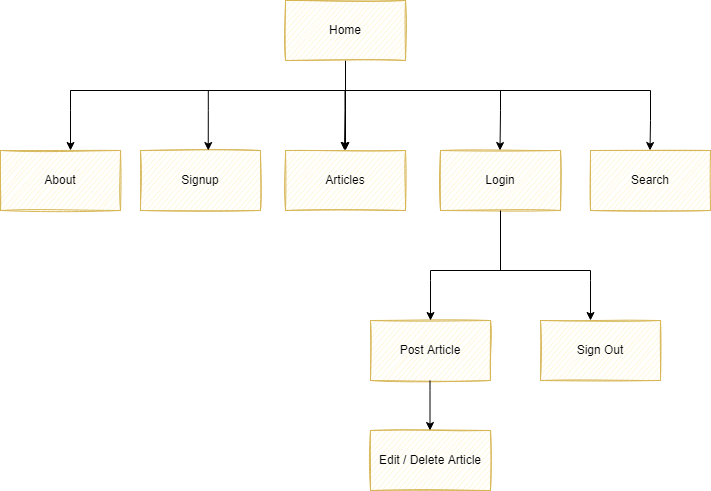
sherryrich/heard-it keeps this draw.io diagram as docs/navigation.drawio.png. Above is the earlier version. Source tidied: cells renumbered, new cells last; positions are measured from the earlier drawing's top-left corner, leaving out a move shared by most shapes. The source it was exported from:
```xml
<mxGraphModel>
  <root>
    <mxCell id="0" />
    <mxCell id="1" parent="0" />
    <mxCell id="2" value="Login" style="rounded=0;whiteSpace=wrap;html=1;fillColor=#fff2cc;strokeColor=#d6b656;fillStyle=auto;sketch=1;" parent="1" vertex="1">
      <mxGeometry x="440" y="150" width="120" height="60" as="geometry" />
    </mxCell>
    <mxCell id="3" value="About" style="rounded=0;whiteSpace=wrap;html=1;fillColor=#fff2cc;strokeColor=#d6b656;fillStyle=auto;sketch=1;" parent="1" vertex="1">
      <mxGeometry y="150" width="120" height="60" as="geometry" />
    </mxCell>
    <mxCell id="4" value="Signup" style="rounded=0;whiteSpace=wrap;html=1;fillColor=#fff2cc;strokeColor=#d6b656;fillStyle=auto;sketch=1;" parent="1" vertex="1">
      <mxGeometry x="140" y="150" width="120" height="60" as="geometry" />
    </mxCell>
    <mxCell id="5" style="edgeStyle=orthogonalEdgeStyle;rounded=0;jettySize=auto;html=1;" parent="1" edge="1" source="6" target="14">
      <mxGeometry relative="1" as="geometry" />
    </mxCell>
    <mxCell id="6" value="Home" style="rounded=0;whiteSpace=wrap;html=1;fillColor=#fff2cc;strokeColor=#d6b656;fillStyle=auto;sketch=1;" parent="1" vertex="1">
      <mxGeometry x="285" width="120" height="60" as="geometry" />
    </mxCell>
    <mxCell id="7" style="edgeStyle=orthogonalEdgeStyle;rounded=0;orthogonalLoop=1;jettySize=auto;html=1;" parent="1" edge="1">
      <mxGeometry relative="1" as="geometry">
        <mxPoint x="500" y="90" as="sourcePoint" />
        <mxPoint x="499.5" y="150" as="targetPoint" />
        <Array as="points">
          <mxPoint x="499.5" y="110" />
          <mxPoint x="499.5" y="110" />
        </Array>
      </mxGeometry>
    </mxCell>
    <mxCell id="8" style="endArrow=none;html=1;rounded=0;" parent="1" edge="1">
      <mxGeometry relative="1" as="geometry">
        <mxPoint x="345" y="90" as="sourcePoint" />
        <mxPoint x="650" y="90" as="targetPoint" />
      </mxGeometry>
    </mxCell>
    <mxCell id="9" style="endArrow=none;html=1;rounded=0;" parent="1" edge="1">
      <mxGeometry relative="1" as="geometry">
        <mxPoint x="70" y="90" as="sourcePoint" />
        <mxPoint x="365" y="90" as="targetPoint" />
      </mxGeometry>
    </mxCell>
    <mxCell id="10" style="edgeStyle=orthogonalEdgeStyle;rounded=0;orthogonalLoop=1;jettySize=auto;html=1;" parent="1" edge="1">
      <mxGeometry relative="1" as="geometry">
        <mxPoint x="74.5" y="90" as="sourcePoint" />
        <mxPoint x="70" y="150" as="targetPoint" />
        <Array as="points">
          <mxPoint x="70" y="110" />
          <mxPoint x="70" y="110" />
        </Array>
      </mxGeometry>
    </mxCell>
    <mxCell id="11" value="Search" style="rounded=0;whiteSpace=wrap;html=1;fillColor=#fff2cc;strokeColor=#d6b656;fillStyle=auto;sketch=1;" parent="1" vertex="1">
      <mxGeometry x="590" y="150" width="120" height="60" as="geometry" />
    </mxCell>
    <mxCell id="12" style="edgeStyle=orthogonalEdgeStyle;rounded=0;orthogonalLoop=1;jettySize=auto;html=1;" parent="1" edge="1">
      <mxGeometry relative="1" as="geometry">
        <mxPoint x="212.2" y="90" as="sourcePoint" />
        <mxPoint x="207.8" y="150" as="targetPoint" />
        <Array as="points">
          <mxPoint x="207.8" y="110" />
          <mxPoint x="207.8" y="110" />
        </Array>
      </mxGeometry>
    </mxCell>
    <mxCell id="13" style="edgeStyle=orthogonalEdgeStyle;rounded=0;orthogonalLoop=1;jettySize=auto;html=1;" parent="1" edge="1">
      <mxGeometry relative="1" as="geometry">
        <mxPoint x="650" y="90" as="sourcePoint" />
        <mxPoint x="649.5" y="150" as="targetPoint" />
        <Array as="points">
          <mxPoint x="650" y="120" />
          <mxPoint x="650" y="120" />
        </Array>
      </mxGeometry>
    </mxCell>
    <mxCell id="14" value="Articles" style="rounded=0;whiteSpace=wrap;html=1;fillColor=#fff2cc;strokeColor=#d6b656;fillStyle=auto;sketch=1;" parent="1" vertex="1">
      <mxGeometry x="285" y="150" width="120" height="60" as="geometry" />
    </mxCell>
    <mxCell id="15" style="edgeStyle=orthogonalEdgeStyle;rounded=0;orthogonalLoop=1;jettySize=auto;html=1;" parent="1" edge="1">
      <mxGeometry relative="1" as="geometry">
        <mxPoint x="344.5" y="90" as="sourcePoint" />
        <mxPoint x="344" y="150" as="targetPoint" />
        <Array as="points">
          <mxPoint x="344" y="110" />
          <mxPoint x="344" y="110" />
        </Array>
      </mxGeometry>
    </mxCell>
    <mxCell id="16" value="Sign Out" style="rounded=0;whiteSpace=wrap;html=1;fillColor=#fff2cc;strokeColor=#d6b656;fillStyle=auto;sketch=1;" parent="1" vertex="1">
      <mxGeometry x="540" y="320" width="120" height="60" as="geometry" />
    </mxCell>
    <mxCell id="17" style="endArrow=none;html=1;rounded=0;" parent="1" edge="1">
      <mxGeometry relative="1" as="geometry">
        <mxPoint x="500" y="270" as="sourcePoint" />
        <mxPoint x="500" y="210" as="targetPoint" />
      </mxGeometry>
    </mxCell>
    <mxCell id="18" style="edgeStyle=orthogonalEdgeStyle;rounded=0;orthogonalLoop=1;jettySize=auto;html=1;" parent="1" edge="1">
      <mxGeometry relative="1" as="geometry">
        <mxPoint x="590" y="270" as="sourcePoint" />
        <mxPoint x="590" y="320" as="targetPoint" />
        <Array as="points">
          <mxPoint x="590" y="280" />
          <mxPoint x="590" y="280" />
        </Array>
      </mxGeometry>
    </mxCell>
    <mxCell id="19" style="endArrow=none;html=1;rounded=0;" parent="1" edge="1">
      <mxGeometry relative="1" as="geometry">
        <mxPoint x="500" y="270" as="sourcePoint" />
        <mxPoint x="590" y="270" as="targetPoint" />
      </mxGeometry>
    </mxCell>
    <mxCell id="20" value="Post Article" style="rounded=0;whiteSpace=wrap;html=1;fillColor=#fff2cc;strokeColor=#d6b656;fillStyle=auto;sketch=1;" parent="1" vertex="1">
      <mxGeometry x="370" y="320" width="120" height="60" as="geometry" />
    </mxCell>
    <mxCell id="21" style="endArrow=none;html=1;rounded=0;" parent="1" edge="1">
      <mxGeometry relative="1" as="geometry">
        <mxPoint x="430" y="270" as="sourcePoint" />
        <mxPoint x="520" y="270" as="targetPoint" />
      </mxGeometry>
    </mxCell>
    <mxCell id="22" style="edgeStyle=orthogonalEdgeStyle;rounded=0;orthogonalLoop=1;jettySize=auto;html=1;" parent="1" edge="1">
      <mxGeometry relative="1" as="geometry">
        <mxPoint x="430" y="270" as="sourcePoint" />
        <mxPoint x="430" y="320" as="targetPoint" />
        <Array as="points">
          <mxPoint x="430" y="280" />
          <mxPoint x="430" y="280" />
        </Array>
      </mxGeometry>
    </mxCell>
    <mxCell id="23" value="Edit / Delete Article" style="rounded=0;whiteSpace=wrap;html=1;fillColor=#fff2cc;strokeColor=#d6b656;fillStyle=auto;sketch=1;" parent="1" vertex="1">
      <mxGeometry x="370" y="430" width="120" height="60" as="geometry" />
    </mxCell>
    <mxCell id="24" style="edgeStyle=orthogonalEdgeStyle;rounded=0;orthogonalLoop=1;jettySize=auto;html=1;" parent="1" edge="1">
      <mxGeometry relative="1" as="geometry">
        <mxPoint x="429.5" y="380" as="sourcePoint" />
        <mxPoint x="429.5" y="430" as="targetPoint" />
        <Array as="points">
          <mxPoint x="429.5" y="390" />
          <mxPoint x="429.5" y="390" />
        </Array>
      </mxGeometry>
    </mxCell>
  </root>
</mxGraphModel>
```
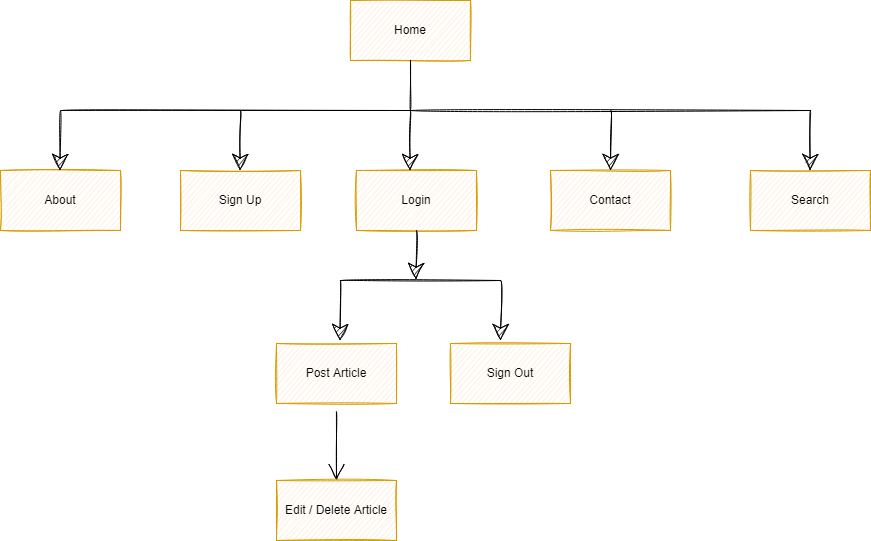
After the commit.

Commit message:
updated navigation diagram to include contact page and included future features in project user stories

The edit, as a diff of the source:
```diff
@@ -2,145 +2,107 @@
   <root>
     <mxCell id="0" />
     <mxCell id="1" parent="0" />
+    <mxCell id="6" value="Home" style="rounded=0;whiteSpace=wrap;html=1;sketch=1;fillColor=#ffe6cc;strokeColor=#d79b00;" parent="1" vertex="1">
+      <mxGeometry x="380" y="930" width="120" height="60" as="geometry" />
+    </mxCell>
+    <mxCell id="3" value="About" style="rounded=0;whiteSpace=wrap;html=1;sketch=1;fillColor=#ffe6cc;strokeColor=#d79b00;" parent="1" vertex="1">
+      <mxGeometry x="30" y="1100" width="120" height="60" as="geometry" />
+    </mxCell>
+    <mxCell id="25" value="Sign Up" style="rounded=0;whiteSpace=wrap;html=1;sketch=1;fillColor=#ffe6cc;strokeColor=#d79b00;" parent="1" vertex="1">
+      <mxGeometry x="210" y="1100" width="120" height="60" as="geometry" />
+    </mxCell>
-    <mxCell id="2" value="Login" style="rounded=0;whiteSpace=wrap;html=1;fillColor=#fff2cc;strokeColor=#d6b656;fillStyle=auto;sketch=1;" parent="1" vertex="1">
-      <mxGeometry x="440" y="150" width="120" height="60" as="geometry" />
+    <mxCell id="2" value="Login" style="rounded=0;whiteSpace=wrap;html=1;sketch=1;fillColor=#ffe6cc;strokeColor=#d79b00;" parent="1" vertex="1">
+      <mxGeometry x="386" y="1100" width="120" height="60" as="geometry" />
     </mxCell>
-    <mxCell id="3" value="About" style="rounded=0;whiteSpace=wrap;html=1;fillColor=#fff2cc;strokeColor=#d6b656;fillStyle=auto;sketch=1;" parent="1" vertex="1">
-      <mxGeometry y="150" width="120" height="60" as="geometry" />
-    </mxCell>
-    <mxCell id="4" value="Signup" style="rounded=0;whiteSpace=wrap;html=1;fillColor=#fff2cc;strokeColor=#d6b656;fillStyle=auto;sketch=1;" parent="1" vertex="1">
-      <mxGeometry x="140" y="150" width="120" height="60" as="geometry" />
-    </mxCell>
-    <mxCell id="5" style="edgeStyle=orthogonalEdgeStyle;rounded=0;jettySize=auto;html=1;" parent="1" edge="1" source="6" target="14">
-      <mxGeometry relative="1" as="geometry" />
-    </mxCell>
-    <mxCell id="6" value="Home" style="rounded=0;whiteSpace=wrap;html=1;fillColor=#fff2cc;strokeColor=#d6b656;fillStyle=auto;sketch=1;" parent="1" vertex="1">
-      <mxGeometry x="285" width="120" height="60" as="geometry" />
-    </mxCell>
-    <mxCell id="7" style="edgeStyle=orthogonalEdgeStyle;rounded=0;orthogonalLoop=1;jettySize=auto;html=1;" parent="1" edge="1">
-      <mxGeometry relative="1" as="geometry">
-        <mxPoint x="500" y="90" as="sourcePoint" />
-        <mxPoint x="499.5" y="150" as="targetPoint" />
-        <Array as="points">
-          <mxPoint x="499.5" y="110" />
-          <mxPoint x="499.5" y="110" />
-        </Array>
-      </mxGeometry>
-    </mxCell>
-    <mxCell id="8" style="endArrow=none;html=1;rounded=0;" parent="1" edge="1">
-      <mxGeometry relative="1" as="geometry">
-        <mxPoint x="345" y="90" as="sourcePoint" />
-        <mxPoint x="650" y="90" as="targetPoint" />
-      </mxGeometry>
-    </mxCell>
-    <mxCell id="9" style="endArrow=none;html=1;rounded=0;" parent="1" edge="1">
-      <mxGeometry relative="1" as="geometry">
-        <mxPoint x="70" y="90" as="sourcePoint" />
-        <mxPoint x="365" y="90" as="targetPoint" />
-      </mxGeometry>
-    </mxCell>
-    <mxCell id="10" style="edgeStyle=orthogonalEdgeStyle;rounded=0;orthogonalLoop=1;jettySize=auto;html=1;" parent="1" edge="1">
-      <mxGeometry relative="1" as="geometry">
-        <mxPoint x="74.5" y="90" as="sourcePoint" />
-        <mxPoint x="70" y="150" as="targetPoint" />
-        <Array as="points">
-          <mxPoint x="70" y="110" />
-          <mxPoint x="70" y="110" />
-        </Array>
-      </mxGeometry>
-    </mxCell>
+    <mxCell id="26" value="Contact" style="rounded=0;whiteSpace=wrap;html=1;sketch=1;fillColor=#ffe6cc;strokeColor=#d79b00;" parent="1" vertex="1">
+      <mxGeometry x="580" y="1100" width="120" height="60" as="geometry" />
+    </mxCell>
-    <mxCell id="11" value="Search" style="rounded=0;whiteSpace=wrap;html=1;fillColor=#fff2cc;strokeColor=#d6b656;fillStyle=auto;sketch=1;" parent="1" vertex="1">
-      <mxGeometry x="590" y="150" width="120" height="60" as="geometry" />
+    <mxCell id="11" value="Search" style="rounded=0;whiteSpace=wrap;html=1;sketch=1;fillColor=#ffe6cc;strokeColor=#d79b00;" parent="1" vertex="1">
+      <mxGeometry x="780" y="1100" width="120" height="60" as="geometry" />
     </mxCell>
-    <mxCell id="12" style="edgeStyle=orthogonalEdgeStyle;rounded=0;orthogonalLoop=1;jettySize=auto;html=1;" parent="1" edge="1">
-      <mxGeometry relative="1" as="geometry">
-        <mxPoint x="212.2" y="90" as="sourcePoint" />
-        <mxPoint x="207.8" y="150" as="targetPoint" />
-        <Array as="points">
-          <mxPoint x="207.8" y="110" />
-          <mxPoint x="207.8" y="110" />
-        </Array>
-      </mxGeometry>
-    </mxCell>
-    <mxCell id="13" style="edgeStyle=orthogonalEdgeStyle;rounded=0;orthogonalLoop=1;jettySize=auto;html=1;" parent="1" edge="1">
-      <mxGeometry relative="1" as="geometry">
-        <mxPoint x="650" y="90" as="sourcePoint" />
-        <mxPoint x="649.5" y="150" as="targetPoint" />
-        <Array as="points">
-          <mxPoint x="650" y="120" />
-          <mxPoint x="650" y="120" />
-        </Array>
-      </mxGeometry>
-    </mxCell>
-    <mxCell id="14" value="Articles" style="rounded=0;whiteSpace=wrap;html=1;fillColor=#fff2cc;strokeColor=#d6b656;fillStyle=auto;sketch=1;" parent="1" vertex="1">
-      <mxGeometry x="285" y="150" width="120" height="60" as="geometry" />
-    </mxCell>
-    <mxCell id="15" style="edgeStyle=orthogonalEdgeStyle;rounded=0;orthogonalLoop=1;jettySize=auto;html=1;" parent="1" edge="1">
-      <mxGeometry relative="1" as="geometry">
-        <mxPoint x="344.5" y="90" as="sourcePoint" />
-        <mxPoint x="344" y="150" as="targetPoint" />
-        <Array as="points">
-          <mxPoint x="344" y="110" />
-          <mxPoint x="344" y="110" />
-        </Array>
-      </mxGeometry>
-    </mxCell>
+    <mxCell id="27" style="edgeStyle=orthogonalEdgeStyle;curved=1;rounded=0;sketch=1;hachureGap=4;jettySize=auto;html=1;fontFamily=Architects Daughter;fontSource=https%3A%2F%2Ffonts.googleapis.com%2Fcss%3Ffamily%3DArchitects%2BDaughter;fontSize=16;endArrow=open;startSize=14;endSize=14;sourcePerimeterSpacing=8;targetPerimeterSpacing=8;entryX=0.5;entryY=0;entryDx=0;entryDy=0;" parent="1" edge="1" source="20" target="23">
+      <mxGeometry relative="1" as="geometry" />
+    </mxCell>
+    <mxCell id="20" value="Post Article" style="rounded=0;whiteSpace=wrap;html=1;sketch=1;fillColor=#ffe6cc;strokeColor=#d79b00;" parent="1" vertex="1">
+      <mxGeometry x="306" y="1273" width="120" height="60" as="geometry" />
+    </mxCell>
-    <mxCell id="16" value="Sign Out" style="rounded=0;whiteSpace=wrap;html=1;fillColor=#fff2cc;strokeColor=#d6b656;fillStyle=auto;sketch=1;" parent="1" vertex="1">
-      <mxGeometry x="540" y="320" width="120" height="60" as="geometry" />
+    <mxCell id="16" value="Sign Out" style="rounded=0;whiteSpace=wrap;html=1;sketch=1;fillColor=#ffe6cc;strokeColor=#d79b00;" parent="1" vertex="1">
+      <mxGeometry x="480" y="1273" width="120" height="60" as="geometry" />
     </mxCell>
-    <mxCell id="17" style="endArrow=none;html=1;rounded=0;" parent="1" edge="1">
-      <mxGeometry relative="1" as="geometry">
-        <mxPoint x="500" y="270" as="sourcePoint" />
-        <mxPoint x="500" y="210" as="targetPoint" />
-      </mxGeometry>
-    </mxCell>
-    <mxCell id="18" style="edgeStyle=orthogonalEdgeStyle;rounded=0;orthogonalLoop=1;jettySize=auto;html=1;" parent="1" edge="1">
-      <mxGeometry relative="1" as="geometry">
-        <mxPoint x="590" y="270" as="sourcePoint" />
-        <mxPoint x="590" y="320" as="targetPoint" />
-        <Array as="points">
-          <mxPoint x="590" y="280" />
-          <mxPoint x="590" y="280" />
-        </Array>
-      </mxGeometry>
-    </mxCell>
-    <mxCell id="19" style="endArrow=none;html=1;rounded=0;" parent="1" edge="1">
-      <mxGeometry relative="1" as="geometry">
-        <mxPoint x="500" y="270" as="sourcePoint" />
-        <mxPoint x="590" y="270" as="targetPoint" />
-      </mxGeometry>
-    </mxCell>
-    <mxCell id="20" value="Post Article" style="rounded=0;whiteSpace=wrap;html=1;fillColor=#fff2cc;strokeColor=#d6b656;fillStyle=auto;sketch=1;" parent="1" vertex="1">
-      <mxGeometry x="370" y="320" width="120" height="60" as="geometry" />
-    </mxCell>
-    <mxCell id="21" style="endArrow=none;html=1;rounded=0;" parent="1" edge="1">
-      <mxGeometry relative="1" as="geometry">
-        <mxPoint x="430" y="270" as="sourcePoint" />
-        <mxPoint x="520" y="270" as="targetPoint" />
-      </mxGeometry>
-    </mxCell>
-    <mxCell id="22" style="edgeStyle=orthogonalEdgeStyle;rounded=0;orthogonalLoop=1;jettySize=auto;html=1;" parent="1" edge="1">
-      <mxGeometry relative="1" as="geometry">
-        <mxPoint x="430" y="270" as="sourcePoint" />
-        <mxPoint x="430" y="320" as="targetPoint" />
-        <Array as="points">
-          <mxPoint x="430" y="280" />
-          <mxPoint x="430" y="280" />
-        </Array>
-      </mxGeometry>
-    </mxCell>
-    <mxCell id="23" value="Edit / Delete Article" style="rounded=0;whiteSpace=wrap;html=1;fillColor=#fff2cc;strokeColor=#d6b656;fillStyle=auto;sketch=1;" parent="1" vertex="1">
-      <mxGeometry x="370" y="430" width="120" height="60" as="geometry" />
+    <mxCell id="23" value="Edit / Delete Article" style="rounded=0;whiteSpace=wrap;html=1;sketch=1;fillColor=#ffe6cc;strokeColor=#d79b00;" parent="1" vertex="1">
+      <mxGeometry x="306" y="1410" width="120" height="60" as="geometry" />
     </mxCell>
-    <mxCell id="24" style="edgeStyle=orthogonalEdgeStyle;rounded=0;orthogonalLoop=1;jettySize=auto;html=1;" parent="1" edge="1">
-      <mxGeometry relative="1" as="geometry">
-        <mxPoint x="429.5" y="380" as="sourcePoint" />
-        <mxPoint x="429.5" y="430" as="targetPoint" />
-        <Array as="points">
-          <mxPoint x="429.5" y="390" />
-          <mxPoint x="429.5" y="390" />
-        </Array>
-      </mxGeometry>
-    </mxCell>
+    <mxCell id="28" style="endArrow=classic;html=1;rounded=0;sketch=1;hachureGap=4;fontFamily=Architects Daughter;fontSource=https%3A%2F%2Ffonts.googleapis.com%2Fcss%3Ffamily%3DArchitects%2BDaughter;fontSize=16;startSize=14;endSize=14;sourcePerimeterSpacing=8;targetPerimeterSpacing=8;curved=1;" parent="1" edge="1">
+      <mxGeometry relative="1" as="geometry">
+        <mxPoint x="90" y="1040" as="sourcePoint" />
+        <mxPoint x="89.5" y="1100" as="targetPoint" />
+      </mxGeometry>
+    </mxCell>
+    <mxCell id="29" style="endArrow=classic;html=1;rounded=0;sketch=1;hachureGap=4;fontFamily=Architects Daughter;fontSource=https%3A%2F%2Ffonts.googleapis.com%2Fcss%3Ffamily%3DArchitects%2BDaughter;fontSize=16;startSize=14;endSize=14;sourcePerimeterSpacing=8;targetPerimeterSpacing=8;curved=1;" parent="1" edge="1">
+      <mxGeometry relative="1" as="geometry">
+        <mxPoint x="270" y="1040" as="sourcePoint" />
+        <mxPoint x="269.5" y="1100" as="targetPoint" />
+      </mxGeometry>
+    </mxCell>
+    <mxCell id="30" style="endArrow=classic;html=1;rounded=0;sketch=1;hachureGap=4;fontFamily=Architects Daughter;fontSource=https%3A%2F%2Ffonts.googleapis.com%2Fcss%3Ffamily%3DArchitects%2BDaughter;fontSize=16;startSize=14;endSize=14;sourcePerimeterSpacing=8;targetPerimeterSpacing=8;curved=1;" parent="1" edge="1">
+      <mxGeometry relative="1" as="geometry">
+        <mxPoint x="530.5" y="1210" as="sourcePoint" />
+        <mxPoint x="530" y="1270" as="targetPoint" />
+      </mxGeometry>
+    </mxCell>
+    <mxCell id="31" style="endArrow=classic;html=1;rounded=0;sketch=1;hachureGap=4;fontFamily=Architects Daughter;fontSource=https%3A%2F%2Ffonts.googleapis.com%2Fcss%3Ffamily%3DArchitects%2BDaughter;fontSize=16;startSize=14;endSize=14;sourcePerimeterSpacing=8;targetPerimeterSpacing=8;curved=1;" parent="1" edge="1">
+      <mxGeometry relative="1" as="geometry">
+        <mxPoint x="370" y="1210" as="sourcePoint" />
+        <mxPoint x="369.5" y="1270" as="targetPoint" />
+      </mxGeometry>
+    </mxCell>
+    <mxCell id="32" style="endArrow=classic;html=1;rounded=0;sketch=1;hachureGap=4;fontFamily=Architects Daughter;fontSource=https%3A%2F%2Ffonts.googleapis.com%2Fcss%3Ffamily%3DArchitects%2BDaughter;fontSize=16;startSize=14;endSize=14;sourcePerimeterSpacing=8;targetPerimeterSpacing=8;curved=1;" parent="1" edge="1">
+      <mxGeometry relative="1" as="geometry">
+        <mxPoint x="840" y="1040" as="sourcePoint" />
+        <mxPoint x="839.5" y="1100" as="targetPoint" />
+      </mxGeometry>
+    </mxCell>
+    <mxCell id="33" style="endArrow=classic;html=1;rounded=0;sketch=1;hachureGap=4;fontFamily=Architects Daughter;fontSource=https%3A%2F%2Ffonts.googleapis.com%2Fcss%3Ffamily%3DArchitects%2BDaughter;fontSize=16;startSize=14;endSize=14;sourcePerimeterSpacing=8;targetPerimeterSpacing=8;curved=1;" parent="1" edge="1">
+      <mxGeometry relative="1" as="geometry">
+        <mxPoint x="640.5" y="1040" as="sourcePoint" />
+        <mxPoint x="640" y="1100" as="targetPoint" />
+      </mxGeometry>
+    </mxCell>
+    <mxCell id="34" style="endArrow=classic;html=1;rounded=0;sketch=1;hachureGap=4;fontFamily=Architects Daughter;fontSource=https%3A%2F%2Ffonts.googleapis.com%2Fcss%3Ffamily%3DArchitects%2BDaughter;fontSize=16;startSize=14;endSize=14;sourcePerimeterSpacing=8;targetPerimeterSpacing=8;curved=1;" parent="1" edge="1">
+      <mxGeometry relative="1" as="geometry">
+        <mxPoint x="440" y="1040" as="sourcePoint" />
+        <mxPoint x="439.5" y="1100" as="targetPoint" />
+      </mxGeometry>
+    </mxCell>
+    <mxCell id="35" style="endArrow=none;html=1;rounded=0;sketch=1;hachureGap=4;fontFamily=Architects Daughter;fontSource=https%3A%2F%2Ffonts.googleapis.com%2Fcss%3Ffamily%3DArchitects%2BDaughter;fontSize=16;startSize=14;endSize=14;sourcePerimeterSpacing=8;targetPerimeterSpacing=8;curved=1;" parent="1" edge="1">
+      <mxGeometry relative="1" as="geometry">
+        <mxPoint x="440" y="1040" as="sourcePoint" />
+        <mxPoint x="440" y="990" as="targetPoint" />
+      </mxGeometry>
+    </mxCell>
+    <mxCell id="36" style="endArrow=none;html=1;rounded=0;sketch=1;hachureGap=4;fontFamily=Architects Daughter;fontSource=https%3A%2F%2Ffonts.googleapis.com%2Fcss%3Ffamily%3DArchitects%2BDaughter;fontSize=16;startSize=14;endSize=14;sourcePerimeterSpacing=8;targetPerimeterSpacing=8;curved=1;" parent="1" edge="1">
+      <mxGeometry relative="1" as="geometry">
+        <mxPoint x="90" y="1040" as="sourcePoint" />
+        <mxPoint x="440" y="1040" as="targetPoint" />
+      </mxGeometry>
+    </mxCell>
+    <mxCell id="37" style="endArrow=none;html=1;rounded=0;sketch=1;hachureGap=4;fontFamily=Architects Daughter;fontSource=https%3A%2F%2Ffonts.googleapis.com%2Fcss%3Ffamily%3DArchitects%2BDaughter;fontSize=16;startSize=14;endSize=14;sourcePerimeterSpacing=8;targetPerimeterSpacing=8;curved=1;" parent="1" edge="1">
+      <mxGeometry relative="1" as="geometry">
+        <mxPoint x="440" y="1040" as="sourcePoint" />
+        <mxPoint x="840" y="1040" as="targetPoint" />
+      </mxGeometry>
+    </mxCell>
+    <mxCell id="38" style="endArrow=none;html=1;rounded=0;sketch=1;hachureGap=4;fontFamily=Architects Daughter;fontSource=https%3A%2F%2Ffonts.googleapis.com%2Fcss%3Ffamily%3DArchitects%2BDaughter;fontSize=16;startSize=14;endSize=14;sourcePerimeterSpacing=8;targetPerimeterSpacing=8;curved=1;" parent="1" edge="1">
+      <mxGeometry relative="1" as="geometry">
+        <mxPoint x="370" y="1210" as="sourcePoint" />
+        <mxPoint x="530" y="1210" as="targetPoint" />
+      </mxGeometry>
+    </mxCell>
+    <mxCell id="39" style="endArrow=classic;html=1;rounded=0;sketch=1;hachureGap=4;fontFamily=Architects Daughter;fontSource=https%3A%2F%2Ffonts.googleapis.com%2Fcss%3Ffamily%3DArchitects%2BDaughter;fontSize=16;startSize=14;endSize=14;sourcePerimeterSpacing=8;targetPerimeterSpacing=8;curved=1;" parent="1" edge="1">
+      <mxGeometry relative="1" as="geometry">
+        <mxPoint x="446" y="1160" as="sourcePoint" />
+        <mxPoint x="445.5" y="1209" as="targetPoint" />
+      </mxGeometry>
+    </mxCell>
   </root>
 </mxGraphModel>
```
